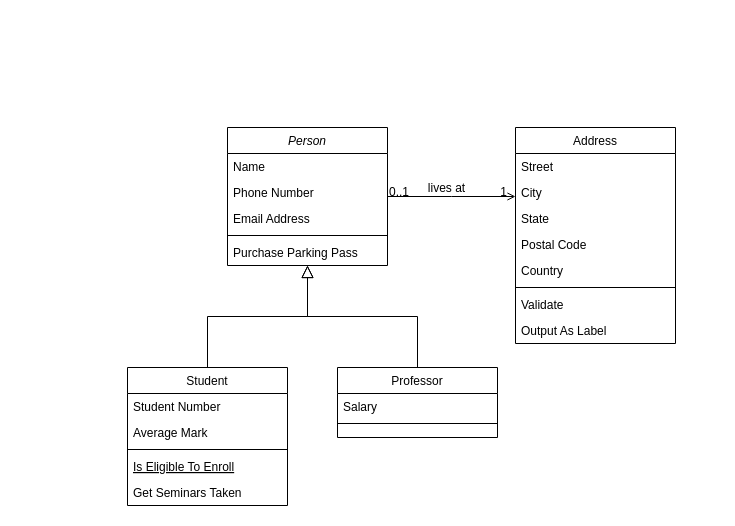
Above: Untitled Diagram.drawio in Jammer23rd/u_project (draw.io), before the change. Source tidied: cells renumbered, new cells numbered last; positions are measured from the earlier drawing's top-left corner, leaving out a move shared by most shapes. Both pictures are drawn from the tidied source at 100%, with x=0, y=0 at pixel (127, 127).
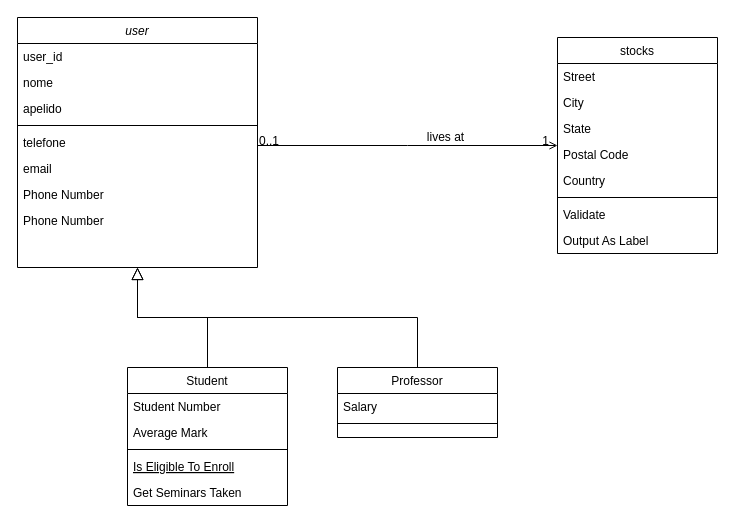
The same diagram, later.

What changed in the source:
```diff
@@
-    <mxCell id="2" value="Person" style="swimlane;fontStyle=2;align=center;verticalAlign=top;horizontal=1;startSize=26;rounded=0;shadow=0;strokeWidth=1;" parent="1" vertex="1">
-      <mxGeometry x="100" width="160" height="138" as="geometry" />
+    <mxCell id="2" value="user" style="swimlane;fontStyle=2;align=center;verticalAlign=top;horizontal=1;startSize=26;rounded=0;shadow=0;strokeWidth=1;" parent="1" vertex="1">
+      <mxGeometry x="-110" y="-110" width="240" height="250" as="geometry" />
     </mxCell>
-    <mxCell id="3" value="Name" style="text;align=left;verticalAlign=top;spacingLeft=4;spacingRight=4;overflow=hidden;" parent="2" vertex="1">
-      <mxGeometry y="26" width="160" height="26" as="geometry" />
+    <mxCell id="3" value="user_id" style="text;align=left;verticalAlign=top;spacingLeft=4;spacingRight=4;overflow=hidden;" parent="2" vertex="1">
+      <mxGeometry y="26" width="240" height="26" as="geometry" />
     </mxCell>
-    <mxCell id="4" value="Phone Number" style="text;align=left;verticalAlign=top;spacingLeft=4;spacingRight=4;overflow=hidden;rounded=0;shadow=0;html=0;" parent="2" vertex="1">
-      <mxGeometry y="52" width="160" height="26" as="geometry" />
+    <mxCell id="4" value="nome" style="text;align=left;verticalAlign=top;spacingLeft=4;spacingRight=4;overflow=hidden;rounded=0;shadow=0;html=0;" parent="2" vertex="1">
+      <mxGeometry y="52" width="240" height="26" as="geometry" />
     </mxCell>
-    <mxCell id="5" value="Email Address" style="text;align=left;verticalAlign=top;spacingLeft=4;spacingRight=4;overflow=hidden;rounded=0;shadow=0;html=0;" parent="2" vertex="1">
-      <mxGeometry y="78" width="160" height="26" as="geometry" />
+    <mxCell id="5" value="apelido" style="text;align=left;verticalAlign=top;spacingLeft=4;spacingRight=4;overflow=hidden;rounded=0;shadow=0;html=0;" parent="2" vertex="1">
+      <mxGeometry y="78" width="240" height="26" as="geometry" />
     </mxCell>
     <mxCell id="6" style="line;html=1;strokeWidth=1;align=left;verticalAlign=middle;spacingTop=-1;spacingLeft=3;spacingRight=3;labelPosition=right;" parent="2" vertex="1">
-      <mxGeometry y="104" width="160" height="8" as="geometry" />
+      <mxGeometry y="104" width="240" height="8" as="geometry" />
     </mxCell>
-    <mxCell id="7" value="Purchase Parking Pass" style="text;align=left;verticalAlign=top;spacingLeft=4;spacingRight=4;overflow=hidden;" parent="2" vertex="1">
-      <mxGeometry y="112" width="160" height="26" as="geometry" />
+    <mxCell id="7" value="telefone" style="text;align=left;verticalAlign=top;spacingLeft=4;spacingRight=4;overflow=hidden;" parent="2" vertex="1">
+      <mxGeometry y="112" width="240" height="26" as="geometry" />
     </mxCell>
+    <mxCell id="32" value="email" style="text;align=left;verticalAlign=top;spacingLeft=4;spacingRight=4;overflow=hidden;rounded=0;shadow=0;html=0;" parent="2" vertex="1">
+      <mxGeometry y="138" width="240" height="26" as="geometry" />
+    </mxCell>
+    <mxCell id="33" value="Phone Number" style="text;align=left;verticalAlign=top;spacingLeft=4;spacingRight=4;overflow=hidden;rounded=0;shadow=0;html=0;" parent="2" vertex="1">
+      <mxGeometry y="164" width="240" height="26" as="geometry" />
+    </mxCell>
+    <mxCell id="34" value="Phone Number" style="text;align=left;verticalAlign=top;spacingLeft=4;spacingRight=4;overflow=hidden;rounded=0;shadow=0;html=0;" parent="2" vertex="1">
+      <mxGeometry y="190" width="240" height="26" as="geometry" />
+    </mxCell>
@@
-    <mxCell id="19" value="Address" style="swimlane;fontStyle=0;align=center;verticalAlign=top;horizontal=1;startSize=26;rounded=0;shadow=0;strokeWidth=1;" parent="1" vertex="1">
-      <mxGeometry x="388" width="160" height="216" as="geometry" />
+    <mxCell id="19" value="stocks" style="swimlane;fontStyle=0;align=center;verticalAlign=top;horizontal=1;startSize=26;rounded=0;shadow=0;strokeWidth=1;" parent="1" vertex="1">
+      <mxGeometry x="430" y="-90" width="160" height="216" as="geometry" />
     </mxCell>
```
